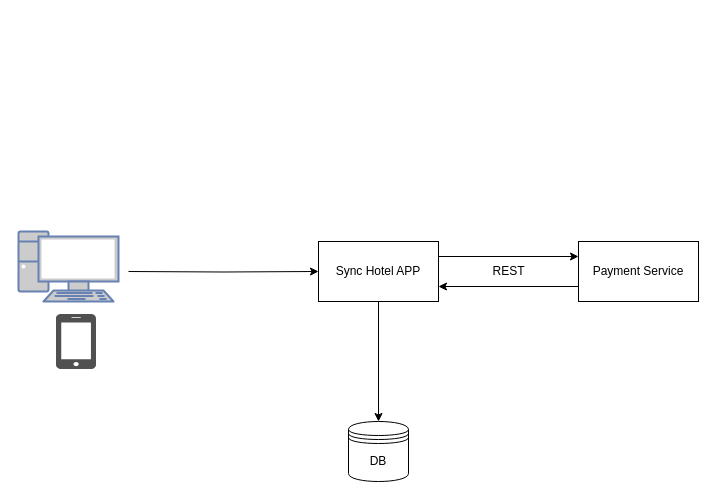
The draw.io diagram page "architecture-sync" (2 of 3) of database-uml.drawio in naaaathan/async-sync-analysis, before the edit. Source tidied: cells renumbered, new cells numbered last; positions are measured from the earlier drawing's top-left corner, leaving out a move shared by most shapes. Both pictures are drawn from the tidied source at 100%, with x=0, y=0 at pixel (18, 231).
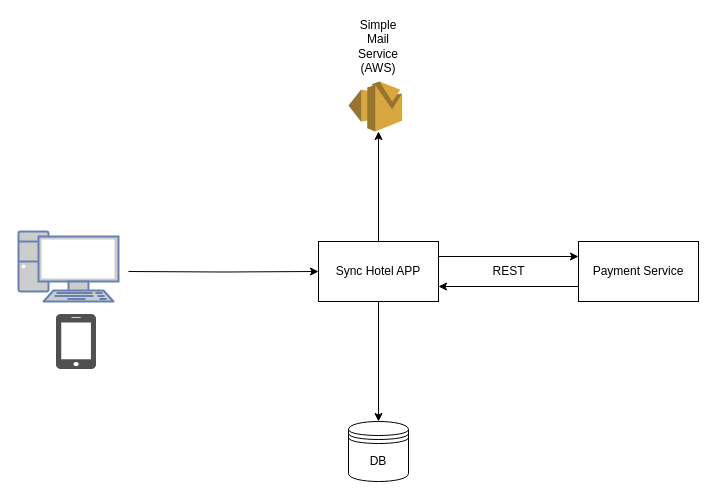
The same page after the edit.

The edit, as a diff of the source:
```diff
@@
 <mxGraphModel>
   <root>
     <mxCell id="0" />
     <mxCell id="1" parent="0" />
     <mxCell id="2" value="DB" style="shape=datastore;whiteSpace=wrap;html=1;" parent="1" vertex="1">
       <mxGeometry x="330" y="190" width="60" height="60" as="geometry" />
     </mxCell>
     <mxCell id="3" style="edgeStyle=orthogonalEdgeStyle;rounded=0;jettySize=auto;html=1;exitX=0.5;exitY=1;exitDx=0;exitDy=0;entryX=0.5;entryY=0;entryDx=0;entryDy=0;" parent="1" edge="1" source="5" target="2">
       <mxGeometry relative="1" as="geometry" />
     </mxCell>
     <mxCell id="4" style="edgeStyle=orthogonalEdgeStyle;rounded=0;jettySize=auto;html=1;entryX=0;entryY=0.5;entryDx=0;entryDy=0;" parent="1" edge="1" target="5">
       <mxGeometry relative="1" as="geometry">
         <mxPoint x="110" y="40" as="sourcePoint" />
       </mxGeometry>
     </mxCell>
     <mxCell id="5" value="Sync Hotel APP" style="rounded=0;whiteSpace=wrap;html=1;" parent="1" vertex="1">
       <mxGeometry x="300" y="10" width="120" height="60" as="geometry" />
     </mxCell>
     <mxCell id="6" style="edgeStyle=orthogonalEdgeStyle;rounded=0;jettySize=auto;html=1;exitX=0;exitY=0.75;exitDx=0;exitDy=0;entryX=1;entryY=0.75;entryDx=0;entryDy=0;" parent="1" edge="1" source="7" target="5">
       <mxGeometry relative="1" as="geometry" />
     </mxCell>
     <mxCell id="7" value="Payment Service" style="rounded=0;whiteSpace=wrap;html=1;" parent="1" vertex="1">
       <mxGeometry x="560" y="10" width="120" height="60" as="geometry" />
     </mxCell>
     <mxCell id="8" style="endArrow=classic;html=1;rounded=0;entryX=0;entryY=0.25;entryDx=0;entryDy=0;exitX=1;exitY=0.25;exitDx=0;exitDy=0;" parent="1" edge="1" source="5" target="7">
       <mxGeometry relative="1" as="geometry" />
     </mxCell>
     <mxCell id="9" value="REST" style="text;html=1;align=center;verticalAlign=middle;strokeColor=none;fillColor=none;" parent="1" vertex="1">
       <mxGeometry x="460" y="25" width="60" height="30" as="geometry" />
     </mxCell>
     <mxCell id="10" style="fontColor=#0066CC;verticalAlign=top;verticalLabelPosition=bottom;labelPosition=center;align=center;html=1;fillColor=#CCCCCC;strokeColor=#6881B3;gradientColor=none;gradientDirection=north;strokeWidth=2;shape=mxgraph.networks.pc;" parent="1" vertex="1">
       <mxGeometry width="100" height="70" as="geometry" />
     </mxCell>
     <mxCell id="11" style="sketch=0;shadow=0;dashed=0;html=1;strokeColor=none;fillColor=#505050;labelPosition=center;verticalLabelPosition=bottom;verticalAlign=top;align=center;shape=mxgraph.office.devices.cell_phone_iphone_proportional;direction=east;" parent="1" vertex="1">
       <mxGeometry x="37.5" y="82.5" width="40" height="55" as="geometry" />
     </mxCell>
+    <mxCell id="12" style="endArrow=classic;html=1;rounded=0;exitX=0.5;exitY=0;exitDx=0;exitDy=0;" parent="1" edge="1" source="5">
+      <mxGeometry relative="1" as="geometry">
+        <mxPoint x="360" y="-100" as="targetPoint" />
+      </mxGeometry>
+    </mxCell>
+    <mxCell id="13" style="dashed=0;verticalLabelPosition=bottom;verticalAlign=top;align=center;html=1;shape=mxgraph.aws3.ses;fillColor=#D9A741;gradientColor=none;" parent="1" vertex="1">
+      <mxGeometry x="330" y="-150" width="53.5" height="50" as="geometry" />
+    </mxCell>
+    <mxCell id="14" value="Simple Mail Service (AWS)" style="text;html=1;align=center;verticalAlign=middle;whiteSpace=wrap;rounded=0;" parent="1" vertex="1">
+      <mxGeometry x="330" y="-200" width="60" height="30" as="geometry" />
+    </mxCell>
   </root>
 </mxGraphModel>
```
